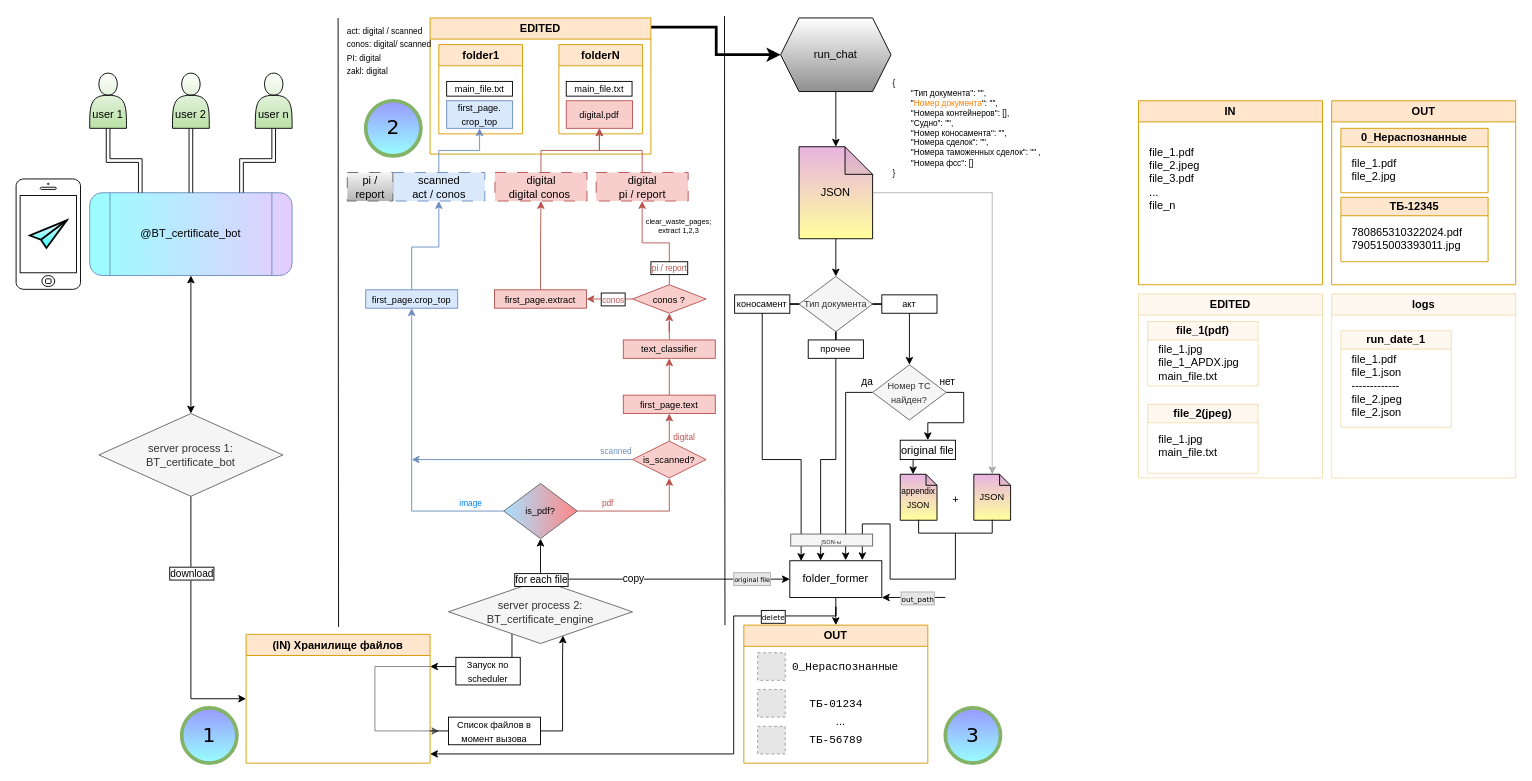
Earlier version of the draw.io diagram SCHEMAS/certificate_bot.drawio (maxfil333/shared). Source tidied: cells renumbered, new cells numbered last; positions are measured from the earlier drawing's top-left corner, leaving out a move shared by most shapes. Both pictures are drawn from the tidied source at 92%, with x=0, y=0 at pixel (16, 16). Pictures stored in the file or linked from it are replaced by grey dashed boxes.
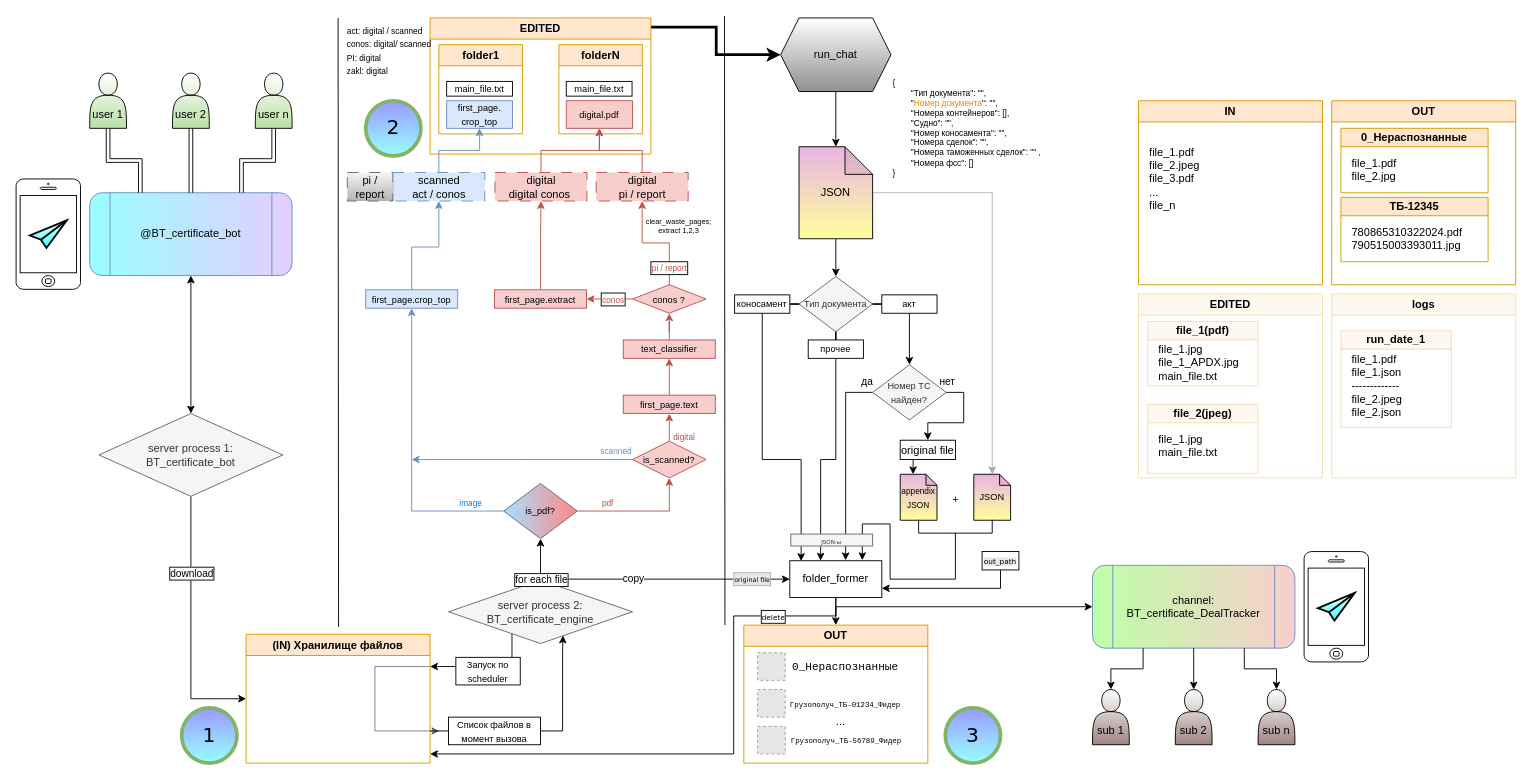
The same diagram, later.

Unchanged cells that the change refers to:
```xml
<mxCell id="36" value="folder_former" style="rounded=0;whiteSpace=wrap;html=1;" parent="1" vertex="1">
  <mxGeometry x="841" y="592" width="100" height="40" as="geometry" />
</mxCell>
<mxCell id="37" value="OUT" style="swimlane;whiteSpace=wrap;html=1;fillColor=#ffe6cc;strokeColor=#d79b00;" parent="1" vertex="1">
  <mxGeometry x="791" y="662" width="200" height="150" as="geometry" />
</mxCell>
```

What changed in the source:
```diff
@@
-    <mxCell id="34" style="edgeStyle=orthogonalEdgeStyle;rounded=0;jettySize=auto;html=1;exitX=1;exitY=1;exitDx=0;exitDy=0;entryX=1;entryY=1;entryDx=0;entryDy=0;flowAnimation=1;" parent="1" edge="1" target="36">
+    <mxCell id="34" style="edgeStyle=orthogonalEdgeStyle;rounded=0;jettySize=auto;html=1;entryX=1;entryY=0.75;entryDx=0;entryDy=0;flowAnimation=1;exitX=0.5;exitY=1;exitDx=0;exitDy=0;" parent="1" edge="1" source="35" target="36">
       <mxGeometry relative="1" as="geometry">
-        <mxPoint x="1010" y="631.9" as="sourcePoint" />
         <Array as="points">
-          <mxPoint x="960" y="632" />
-          <mxPoint x="960" y="632" />
+          <mxPoint x="1070" y="622" />
         </Array>
       </mxGeometry>
     </mxCell>
-    <mxCell id="35" value="&lt;font face=&quot;Verdana&quot; style=&quot;font-size: 8px;&quot;&gt;out_path&lt;/font&gt;" style="edgeLabel;html=1;align=center;verticalAlign=middle;points=[];labelBackgroundColor=#E6E6E6;labelBorderColor=#B3B3B3;" parent="34" vertex="1">
-      <mxGeometry x="-0.1" y="1" relative="1" as="geometry" />
-    </mxCell>
+    <mxCell id="131" style="edgeStyle=orthogonalEdgeStyle;rounded=0;jettySize=auto;html=1;entryX=0;entryY=0.5;entryDx=0;entryDy=0;flowAnimation=1;" parent="1" edge="1" source="36" target="133">
+      <mxGeometry relative="1" as="geometry">
+        <Array as="points">
+          <mxPoint x="891" y="642" />
+        </Array>
+      </mxGeometry>
+    </mxCell>
@@
-    <mxCell id="41" value="&lt;font face=&quot;Courier New&quot;&gt;ТБ-01234&lt;/font&gt;" style="text;html=1;align=center;verticalAlign=middle;strokeColor=none;fillColor=none;" parent="37" vertex="1">
-      <mxGeometry x="60" y="70" width="80" height="30" as="geometry" />
+    <mxCell id="41" value="&lt;font style=&quot;font-size: 8px;&quot; face=&quot;Courier New&quot;&gt;Грузополуч_ТБ-01234_Фидер&lt;/font&gt;" style="text;html=1;align=center;verticalAlign=middle;strokeColor=none;fillColor=none;" parent="37" vertex="1">
+      <mxGeometry x="40" y="70" width="140" height="30" as="geometry" />
     </mxCell>
@@
-    <mxCell id="43" value="&lt;font face=&quot;Courier New&quot;&gt;ТБ-56789&lt;/font&gt;" style="text;html=1;align=center;verticalAlign=middle;strokeColor=none;fillColor=none;" parent="37" vertex="1">
-      <mxGeometry x="60" y="110" width="80" height="30" as="geometry" />
+    <mxCell id="43" value="&lt;span style=&quot;font-family: &amp;quot;Courier New&amp;quot;; font-size: 8px;&quot;&gt;Грузополуч_ТБ-56789_Фидер&lt;/span&gt;" style="text;html=1;align=center;verticalAlign=middle;strokeColor=none;fillColor=none;" parent="37" vertex="1">
+      <mxGeometry x="41" y="110" width="140" height="30" as="geometry" />
     </mxCell>
@@
+    <mxCell id="132" style="html=1;verticalLabelPosition=bottom;labelBackgroundColor=#ffffff;verticalAlign=top;shadow=0;dashed=0;strokeWidth=1;shape=mxgraph.ios7.misc.iphone;strokeColor=#000000;" parent="1" vertex="1">
+      <mxGeometry x="1400" y="582" width="70" height="120" as="geometry" />
+    </mxCell>
+    <mxCell id="133" value="&lt;div&gt;&lt;span style=&quot;background-color: initial;&quot;&gt;channel:&lt;/span&gt;&lt;/div&gt;&lt;div&gt;&lt;span style=&quot;background-color: initial;&quot;&gt;BT_certificate_DealTracker&lt;/span&gt;&lt;br&gt;&lt;/div&gt;" style="shape=process;whiteSpace=wrap;html=1;backgroundOutline=1;fillColor=#F8CECC;strokeColor=#6c8ebf;gradientColor=#BDFFA8;gradientDirection=west;rounded=1;" parent="1" vertex="1">
+      <mxGeometry x="1170" y="597" width="220" height="90" as="geometry" />
+    </mxCell>
+    <mxCell id="134" style="html=1;verticalLabelPosition=bottom;align=center;labelBackgroundColor=#ffffff;verticalAlign=top;strokeWidth=2;strokeColor=#000000;shadow=0;dashed=0;shape=mxgraph.ios7.icons.pointer;gradientColor=#33FFFF;" parent="1" vertex="1">
+      <mxGeometry x="1415" y="627" width="40" height="30" as="geometry" />
+    </mxCell>
+    <mxCell id="35" value="&lt;span style=&quot;font-family: Verdana; font-size: 8px; text-wrap: nowrap; background-color: rgb(230, 230, 230);&quot;&gt;out_path&lt;/span&gt;" style="rounded=0;whiteSpace=wrap;html=1;" parent="1" vertex="1">
+      <mxGeometry x="1050" y="582" width="40" height="20" as="geometry" />
+    </mxCell>
+    <mxCell id="135" style="edgeStyle=orthogonalEdgeStyle;rounded=0;jettySize=auto;html=1;exitX=0.5;exitY=1;exitDx=0;exitDy=0;flowAnimation=1;" parent="1" edge="1" source="133" target="136">
+      <mxGeometry relative="1" as="geometry" />
+    </mxCell>
+    <mxCell id="136" value="&lt;div&gt;&lt;br&gt;&lt;/div&gt;&lt;div&gt;&lt;br&gt;&lt;/div&gt;&lt;div&gt;sub 2&lt;/div&gt;" style="shape=actor;whiteSpace=wrap;html=1;gradientColor=#9E8482;" parent="1" vertex="1">
+      <mxGeometry x="1260" y="732" width="40" height="60" as="geometry" />
+    </mxCell>
+    <mxCell id="137" style="edgeStyle=orthogonalEdgeStyle;rounded=0;jettySize=auto;html=1;exitX=0.75;exitY=1;exitDx=0;exitDy=0;flowAnimation=1;" parent="1" edge="1" source="133" target="138">
+      <mxGeometry relative="1" as="geometry" />
+    </mxCell>
+    <mxCell id="138" value="&lt;div&gt;&lt;br&gt;&lt;/div&gt;&lt;div&gt;&lt;br&gt;&lt;/div&gt;&lt;div&gt;sub n&lt;/div&gt;" style="shape=actor;whiteSpace=wrap;html=1;gradientColor=#9E8482;" parent="1" vertex="1">
+      <mxGeometry x="1350" y="732" width="40" height="60" as="geometry" />
+    </mxCell>
+    <mxCell id="139" style="edgeStyle=orthogonalEdgeStyle;rounded=0;jettySize=auto;html=1;exitX=0.25;exitY=1;exitDx=0;exitDy=0;flowAnimation=1;" parent="1" edge="1" source="133" target="140">
+      <mxGeometry relative="1" as="geometry" />
+    </mxCell>
+    <mxCell id="140" value="&lt;div&gt;&lt;br&gt;&lt;/div&gt;&lt;div&gt;&lt;br&gt;&lt;/div&gt;&lt;div&gt;sub 1&lt;/div&gt;" style="shape=actor;whiteSpace=wrap;html=1;gradientColor=#9E8482;" parent="1" vertex="1">
+      <mxGeometry x="1170" y="732" width="40" height="60" as="geometry" />
+    </mxCell>
```
